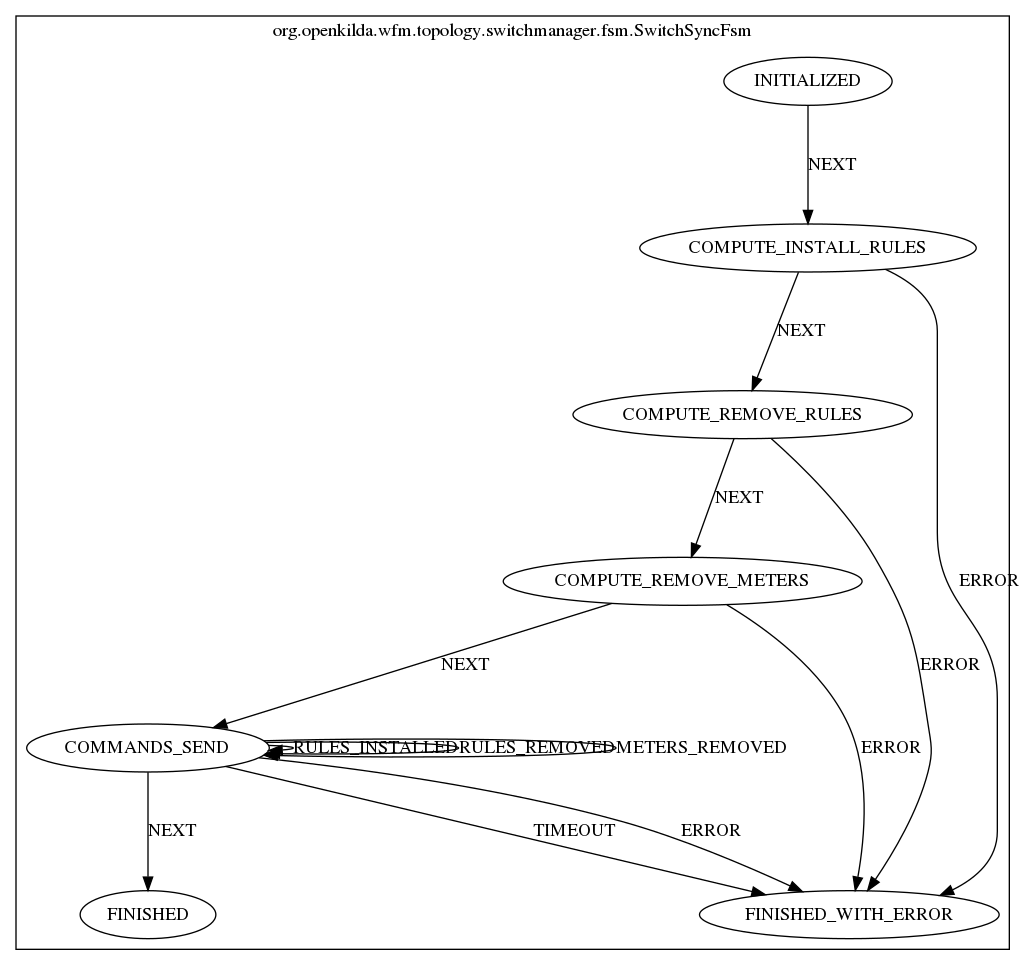
Above: docs/design/hub-and-spoke/switch-sync/switch-sync-fsm.png in telstra/open-kilda (Graphviz), before the change. Its source is kept beside it as docs/design/hub-and-spoke/switch-sync/switch-sync-fsm.dot. Its diagram source:
```dot
digraph {
compound=true;
subgraph cluster_StateMachine {
label="org.openkilda.wfm.topology.switchmanager.fsm.SwitchSyncFsm";
INITIALIZED [label="INITIALIZED"];
COMPUTE_REMOVE_RULES [label="COMPUTE_REMOVE_RULES"];
FINISHED_WITH_ERROR [label="FINISHED_WITH_ERROR"];
FINISHED [label="FINISHED"];
COMMANDS_SEND [label="COMMANDS_SEND"];
COMPUTE_INSTALL_RULES [label="COMPUTE_INSTALL_RULES"];
COMPUTE_REMOVE_METERS [label="COMPUTE_REMOVE_METERS"];

INITIALIZED -> COMPUTE_INSTALL_RULES [ label="NEXT"];
COMPUTE_REMOVE_RULES -> FINISHED_WITH_ERROR [ label="ERROR"];
COMPUTE_REMOVE_RULES -> COMPUTE_REMOVE_METERS [ label="NEXT"];
COMMANDS_SEND -> COMMANDS_SEND [ label="RULES_INSTALLED"];
COMMANDS_SEND -> COMMANDS_SEND [ label="RULES_REMOVED"];
COMMANDS_SEND -> COMMANDS_SEND [ label="METERS_REMOVED"];
COMMANDS_SEND -> FINISHED_WITH_ERROR [ label="TIMEOUT"];
COMMANDS_SEND -> FINISHED_WITH_ERROR [ label="ERROR"];
COMMANDS_SEND -> FINISHED [ label="NEXT"];
COMPUTE_INSTALL_RULES -> FINISHED_WITH_ERROR [ label="ERROR"];
COMPUTE_INSTALL_RULES -> COMPUTE_REMOVE_RULES [ label="NEXT"];
COMPUTE_REMOVE_METERS -> FINISHED_WITH_ERROR [ label="ERROR"];
COMPUTE_REMOVE_METERS -> COMMANDS_SEND [ label="NEXT"];}}
```
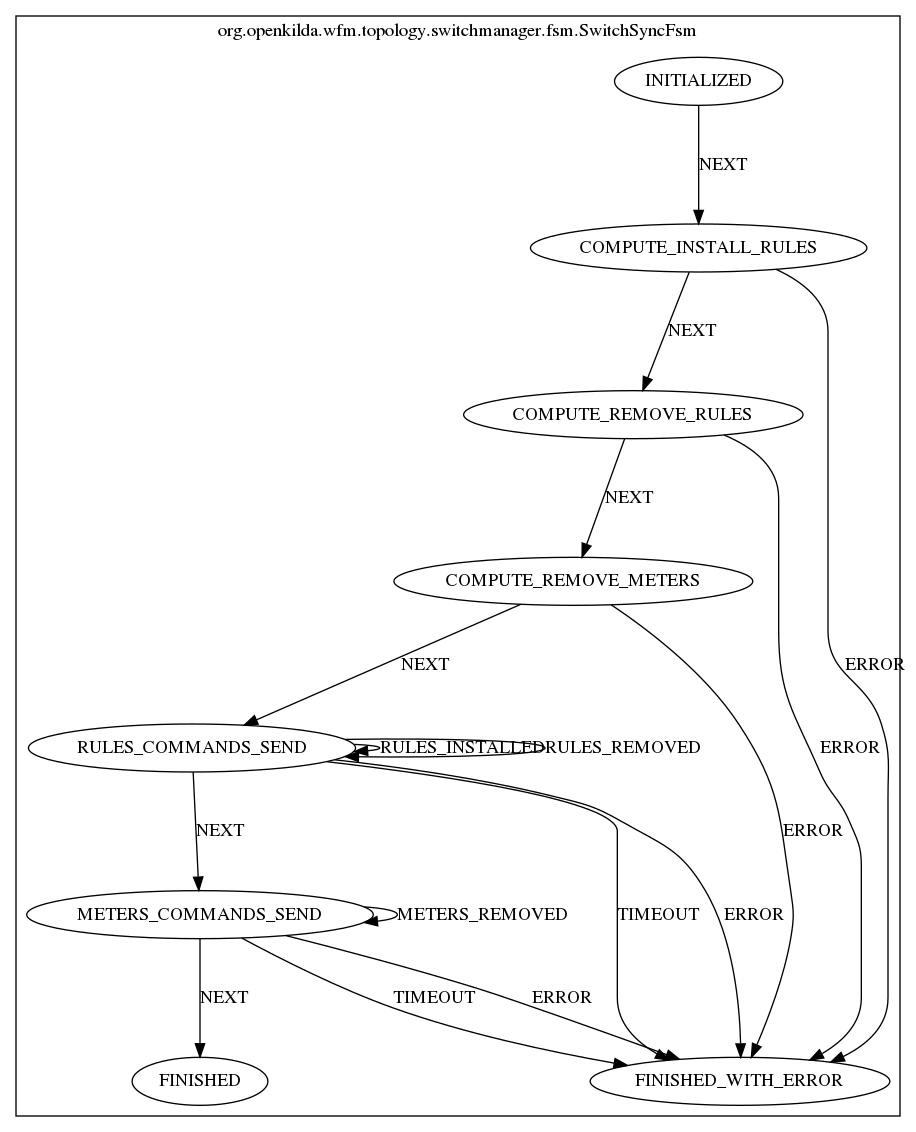
The same file after the commit.

What changed in the source:
```diff
@@ -2,24 +2,28 @@
 compound=true;
 subgraph cluster_StateMachine {
 label="org.openkilda.wfm.topology.switchmanager.fsm.SwitchSyncFsm";
+COMPUTE_INSTALL_RULES [label="COMPUTE_INSTALL_RULES"];
+RULES_COMMANDS_SEND [label="RULES_COMMANDS_SEND"];
+COMPUTE_REMOVE_METERS [label="COMPUTE_REMOVE_METERS"];
+COMPUTE_REMOVE_RULES [label="COMPUTE_REMOVE_RULES"];
+METERS_COMMANDS_SEND [label="METERS_COMMANDS_SEND"];
+FINISHED [label="FINISHED"];
 INITIALIZED [label="INITIALIZED"];
-COMPUTE_REMOVE_RULES [label="COMPUTE_REMOVE_RULES"];
 FINISHED_WITH_ERROR [label="FINISHED_WITH_ERROR"];
-FINISHED [label="FINISHED"];
-COMMANDS_SEND [label="COMMANDS_SEND"];
-COMPUTE_INSTALL_RULES [label="COMPUTE_INSTALL_RULES"];
-COMPUTE_REMOVE_METERS [label="COMPUTE_REMOVE_METERS"];
 
-INITIALIZED -> COMPUTE_INSTALL_RULES [ label="NEXT"];
+COMPUTE_INSTALL_RULES -> FINISHED_WITH_ERROR [ label="ERROR"];
+COMPUTE_INSTALL_RULES -> COMPUTE_REMOVE_RULES [ label="NEXT"];
+RULES_COMMANDS_SEND -> RULES_COMMANDS_SEND [ label="RULES_INSTALLED"];
+RULES_COMMANDS_SEND -> RULES_COMMANDS_SEND [ label="RULES_REMOVED"];
+RULES_COMMANDS_SEND -> FINISHED_WITH_ERROR [ label="TIMEOUT"];
+RULES_COMMANDS_SEND -> FINISHED_WITH_ERROR [ label="ERROR"];
+RULES_COMMANDS_SEND -> METERS_COMMANDS_SEND [ label="NEXT"];
+COMPUTE_REMOVE_METERS -> FINISHED_WITH_ERROR [ label="ERROR"];
+COMPUTE_REMOVE_METERS -> RULES_COMMANDS_SEND [ label="NEXT"];
 COMPUTE_REMOVE_RULES -> FINISHED_WITH_ERROR [ label="ERROR"];
 COMPUTE_REMOVE_RULES -> COMPUTE_REMOVE_METERS [ label="NEXT"];
-COMMANDS_SEND -> COMMANDS_SEND [ label="RULES_INSTALLED"];
-COMMANDS_SEND -> COMMANDS_SEND [ label="RULES_REMOVED"];
-COMMANDS_SEND -> COMMANDS_SEND [ label="METERS_REMOVED"];
-COMMANDS_SEND -> FINISHED_WITH_ERROR [ label="TIMEOUT"];
-COMMANDS_SEND -> FINISHED_WITH_ERROR [ label="ERROR"];
-COMMANDS_SEND -> FINISHED [ label="NEXT"];
-COMPUTE_INSTALL_RULES -> FINISHED_WITH_ERROR [ label="ERROR"];
-COMPUTE_INSTALL_RULES -> COMPUTE_REMOVE_RULES [ label="NEXT"];
-COMPUTE_REMOVE_METERS -> FINISHED_WITH_ERROR [ label="ERROR"];
-COMPUTE_REMOVE_METERS -> COMMANDS_SEND [ label="NEXT"];}}
+METERS_COMMANDS_SEND -> METERS_COMMANDS_SEND [ label="METERS_REMOVED"];
+METERS_COMMANDS_SEND -> FINISHED_WITH_ERROR [ label="TIMEOUT"];
+METERS_COMMANDS_SEND -> FINISHED_WITH_ERROR [ label="ERROR"];
+METERS_COMMANDS_SEND -> FINISHED [ label="NEXT"];
+INITIALIZED -> COMPUTE_INSTALL_RULES [ label="NEXT"];}}
```
